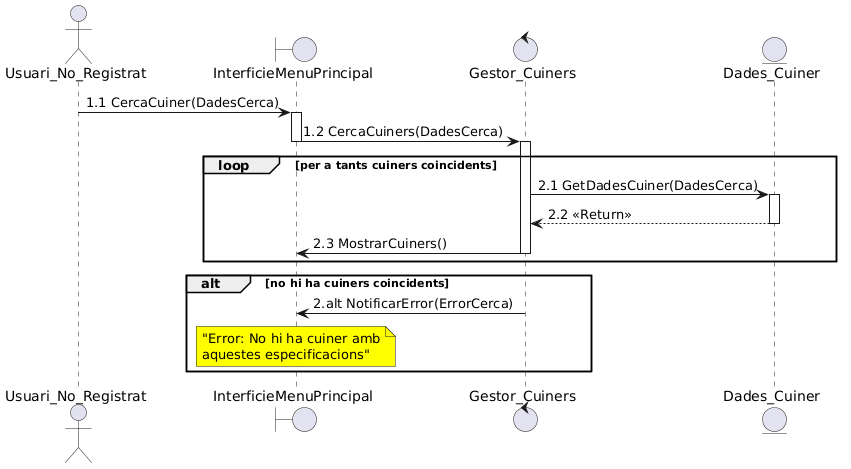
martipages/ES23UAB431-02 keeps this PlantUML diagram as documents/Diagrames i Especificacions/Seqüencia/ALEJANDRO/2- Cercar Cuiner.png. Above is the earlier version. The source it was exported from:
```plantuml
@startuml
actor Usuari_No_Registrat as UsuariN
boundary InterficieMenuPrincipal as interficie

control Gestor_Cuiners as gestor
entity Dades_Cuiner as cuiner

UsuariN -> interficie ++: 1.1 CercaCuiner(DadesCerca)
interficie -> gestor --++: 1.2 CercaCuiners(DadesCerca)

loop per a tants cuiners coincidents
gestor -> cuiner ++: 2.1 GetDadesCuiner(DadesCerca)
cuiner --> gestor --: 2.2 <<Return>>
gestor -> interficie --: 2.3 MostrarCuiners()
end

alt no hi ha cuiners coincidents
 gestor -> interficie : 2.alt NotificarError(ErrorCerca)
 note over interficie #Yellow : "Error: No hi ha cuiner amb\naquestes especificacions"
end
@enduml
```
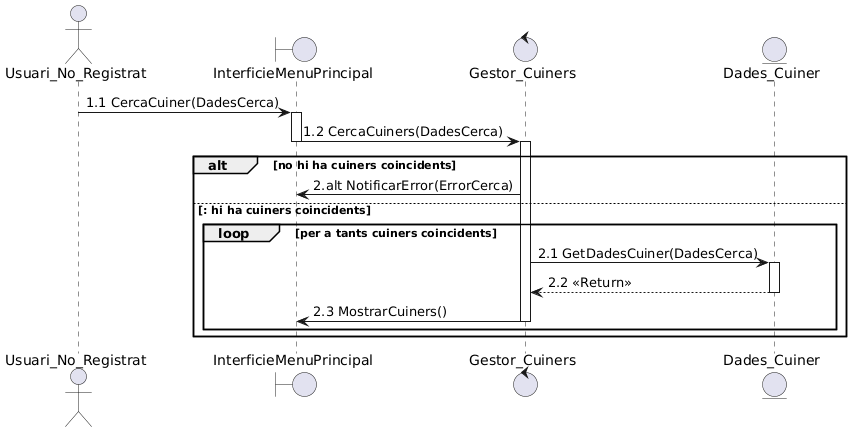
After the change.

What changed in the source:
```diff
@@ -8,14 +8,14 @@
 UsuariN -> interficie ++: 1.1 CercaCuiner(DadesCerca)
 interficie -> gestor --++: 1.2 CercaCuiners(DadesCerca)
 
+alt no hi ha cuiners coincidents
+ gestor -> interficie : 2.alt NotificarError(ErrorCerca)
+
+else : hi ha cuiners coincidents
 loop per a tants cuiners coincidents
 gestor -> cuiner ++: 2.1 GetDadesCuiner(DadesCerca)
 cuiner --> gestor --: 2.2 <<Return>>
 gestor -> interficie --: 2.3 MostrarCuiners()
 end
-
-alt no hi ha cuiners coincidents
- gestor -> interficie : 2.alt NotificarError(ErrorCerca)
- note over interficie #Yellow : "Error: No hi ha cuiner amb\naquestes especificacions"
 end
 @enduml
```
